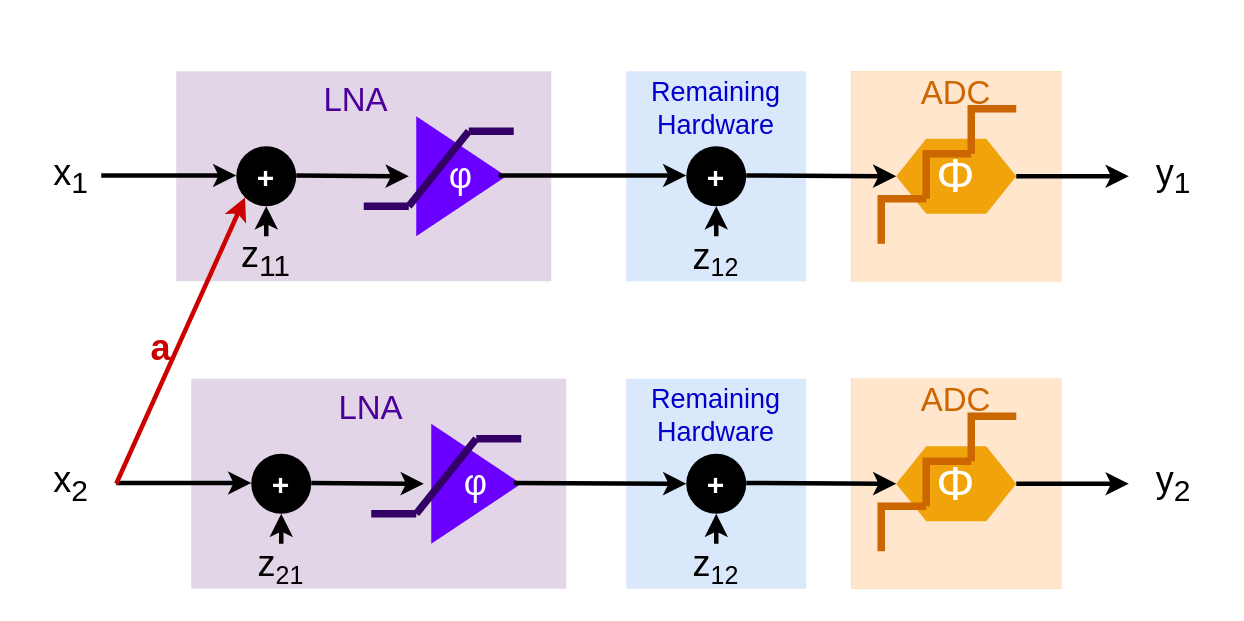
Before: Diagrams/Hardware.drawio in OzleemYildiz/Nonlinear-Channel-Capacity, a draw.io diagram. Source tidied: cells renumbered, new cells numbered last; positions are measured from the earlier drawing's top-left corner, leaving out a move shared by most shapes. Both pictures are drawn from the tidied source at 150%, with x=0, y=0 at pixel (26, 70).
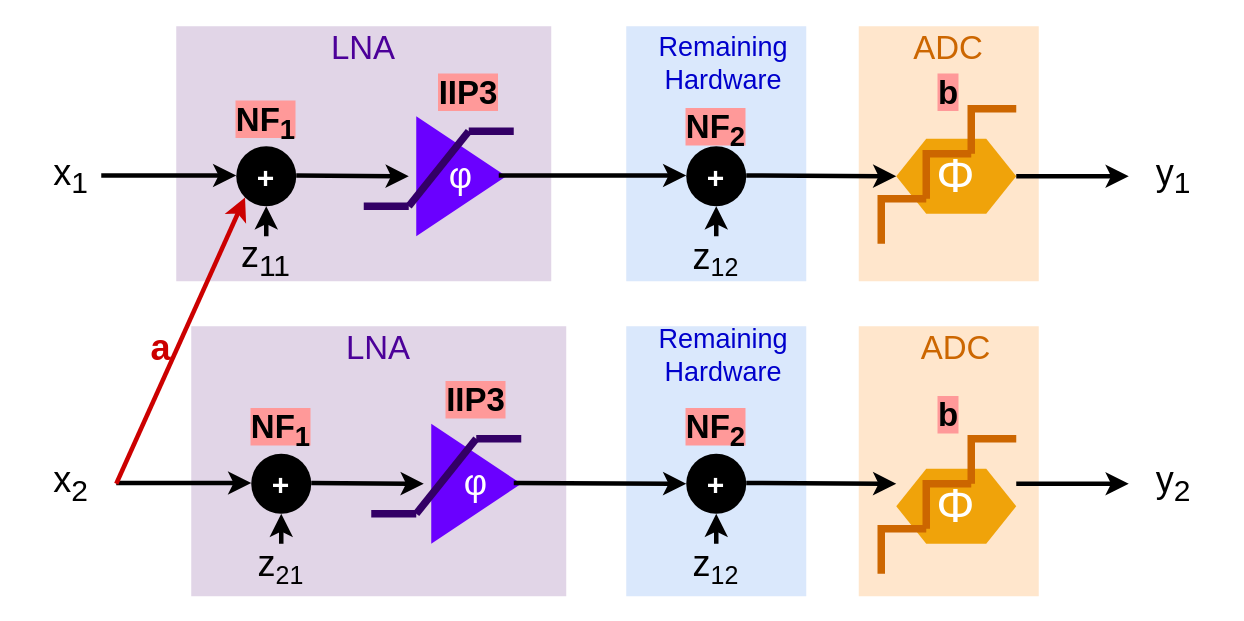
The same diagram, later.

Change to the diagram source:
```diff
@@
-    <mxCell id="2" style="whiteSpace=wrap;html=1;fillColor=#ffe6cc;strokeColor=#d79b00;strokeWidth=0;" parent="1" vertex="1">
-      <mxGeometry x="550" width="140" height="140" as="geometry" />
-    </mxCell>
-    <mxCell id="3" value="&lt;font style=&quot;font-size: 22px;&quot;&gt;&lt;font style=&quot;color: rgb(204, 102, 0);&quot;&gt;ADC&lt;/font&gt;&lt;br&gt;&lt;/font&gt;" style="text;html=1;align=center;verticalAlign=middle;whiteSpace=wrap;rounded=0;" parent="1" vertex="1">
-      <mxGeometry x="590" width="60" height="30" as="geometry" />
-    </mxCell>
-    <mxCell id="4" value="&lt;span style=&quot;font-family: &amp;quot;Google Sans&amp;quot;, Arial, sans-serif; font-size: 32px; text-align: left;&quot;&gt;&lt;font style=&quot;color: rgb(255, 255, 255);&quot;&gt;Φ&lt;/font&gt;&lt;/span&gt;" style="shape=hexagon;perimeter=hexagonPerimeter2;whiteSpace=wrap;html=1;fixedSize=1;fillColor=#f0a30a;fontColor=#000000;strokeColor=none;" parent="1" vertex="1">
-      <mxGeometry x="580" y="45" width="80" height="50" as="geometry" />
-    </mxCell>
-    <mxCell id="5" style="group;" parent="1" vertex="1">
-      <mxGeometry x="570" y="25" width="90" height="90" as="geometry" />
-    </mxCell>
-    <mxCell id="6" style="endArrow=none;html=1;rounded=0;strokeWidth=5;fillColor=#f0a30a;strokeColor=#CC6600;" parent="5" edge="1">
-      <mxGeometry relative="1" as="geometry">
-        <mxPoint y="90" as="sourcePoint" />
-        <mxPoint x="30" y="60" as="targetPoint" />
-        <Array as="points">
-          <mxPoint y="60" />
-        </Array>
-      </mxGeometry>
-    </mxCell>
-    <mxCell id="7" style="endArrow=none;html=1;rounded=0;strokeWidth=5;fillColor=#f0a30a;strokeColor=#CC6600;" parent="5" edge="1">
-      <mxGeometry relative="1" as="geometry">
-        <mxPoint x="30" y="60" as="sourcePoint" />
-        <mxPoint x="60" y="30" as="targetPoint" />
-        <Array as="points">
-          <mxPoint x="30" y="30" />
-        </Array>
-      </mxGeometry>
-    </mxCell>
-    <mxCell id="8" style="endArrow=none;html=1;rounded=0;strokeWidth=5;fillColor=#f0a30a;strokeColor=#CC6600;" parent="5" edge="1">
-      <mxGeometry relative="1" as="geometry">
-        <mxPoint x="60" y="30" as="sourcePoint" />
-        <mxPoint x="90" as="targetPoint" />
-        <Array as="points">
-          <mxPoint x="60" />
-        </Array>
-      </mxGeometry>
-    </mxCell>
+    <mxCell id="60" style="rounded=0;whiteSpace=wrap;html=1;fillColor=#ffe6cc;strokeColor=none;" parent="1" vertex="1">
+      <mxGeometry x="555" y="170" width="120" height="180" as="geometry" />
+    </mxCell>
+    <mxCell id="45" value="&lt;font style=&quot;font-size: 22px;&quot;&gt;&lt;font style=&quot;color: rgb(204, 102, 0);&quot;&gt;ADC&lt;/font&gt;&lt;br&gt;&lt;/font&gt;" style="text;html=1;align=center;verticalAlign=middle;whiteSpace=wrap;rounded=0;" parent="1" vertex="1">
+      <mxGeometry x="590" y="170" width="60" height="30" as="geometry" />
+    </mxCell>
+    <mxCell id="46" value="&lt;span style=&quot;font-family: &amp;quot;Google Sans&amp;quot;, Arial, sans-serif; font-size: 32px; text-align: left;&quot;&gt;&lt;font style=&quot;color: rgb(255, 255, 255);&quot;&gt;Φ&lt;/font&gt;&lt;/span&gt;" style="shape=hexagon;perimeter=hexagonPerimeter2;whiteSpace=wrap;html=1;fixedSize=1;fillColor=#f0a30a;fontColor=#000000;strokeColor=none;" parent="1" vertex="1">
+      <mxGeometry x="580" y="265" width="80" height="50" as="geometry" />
+    </mxCell>
+    <mxCell id="61" style="group;" parent="1" vertex="1">
+      <mxGeometry x="570" y="245" width="90" height="90" as="geometry" />
+    </mxCell>
+    <mxCell id="62" style="endArrow=none;html=1;rounded=0;strokeWidth=5;fillColor=#f0a30a;strokeColor=#CC6600;" parent="61" edge="1">
+      <mxGeometry relative="1" as="geometry">
+        <mxPoint y="90" as="sourcePoint" />
+        <mxPoint x="30" y="60" as="targetPoint" />
+        <Array as="points">
+          <mxPoint y="60" />
+        </Array>
+      </mxGeometry>
+    </mxCell>
+    <mxCell id="63" style="endArrow=none;html=1;rounded=0;strokeWidth=5;fillColor=#f0a30a;strokeColor=#CC6600;" parent="61" edge="1">
+      <mxGeometry relative="1" as="geometry">
+        <mxPoint x="30" y="60" as="sourcePoint" />
+        <mxPoint x="60" y="30" as="targetPoint" />
+        <Array as="points">
+          <mxPoint x="30" y="30" />
+        </Array>
+      </mxGeometry>
+    </mxCell>
+    <mxCell id="64" style="endArrow=none;html=1;rounded=0;strokeWidth=5;fillColor=#f0a30a;strokeColor=#CC6600;" parent="61" edge="1">
+      <mxGeometry relative="1" as="geometry">
+        <mxPoint x="60" y="30" as="sourcePoint" />
+        <mxPoint x="90" as="targetPoint" />
+        <Array as="points">
+          <mxPoint x="60" />
+        </Array>
+      </mxGeometry>
+    </mxCell>
+    <mxCell id="65" style="rounded=0;whiteSpace=wrap;html=1;fillColor=#ffe6cc;strokeColor=none;" parent="1" vertex="1">
+      <mxGeometry x="555" y="-30" width="120" height="170" as="geometry" />
+    </mxCell>
+    <mxCell id="66" style="rounded=0;whiteSpace=wrap;html=1;fillColor=#e1d5e7;strokeColor=none;" parent="1" vertex="1">
+      <mxGeometry x="110" y="170" width="250" height="180" as="geometry" />
+    </mxCell>
     <mxCell id="9" style="rounded=0;whiteSpace=wrap;html=1;fillColor=#e1d5e7;strokeColor=none;" parent="1" vertex="1">
-      <mxGeometry x="100" width="250" height="140" as="geometry" />
+      <mxGeometry x="100" y="-30" width="250" height="170" as="geometry" />
     </mxCell>
@@
     <mxCell id="11" value="&lt;font style=&quot;font-size: 22px; color: rgb(76, 0, 153);&quot;&gt;LNA&lt;/font&gt;" style="text;html=1;align=center;verticalAlign=middle;whiteSpace=wrap;rounded=0;" parent="1" vertex="1">
-      <mxGeometry x="190" y="5" width="60" height="30" as="geometry" />
+      <mxGeometry x="195" y="-30" width="60" height="30" as="geometry" />
     </mxCell>
@@
     <mxCell id="18" style="rounded=0;whiteSpace=wrap;html=1;fillColor=#dae8fc;strokeColor=none;" parent="1" vertex="1">
-      <mxGeometry x="400" width="120" height="140" as="geometry" />
+      <mxGeometry x="400" y="-30" width="120" height="170" as="geometry" />
     </mxCell>
@@
-    <mxCell id="23" style="endArrow=classic;html=1;rounded=0;strokeWidth=3;entryX=0;entryY=0.5;entryDx=0;entryDy=0;" parent="1" edge="1" target="4">
-      <mxGeometry relative="1" as="geometry">
-        <mxPoint x="480" y="69.5" as="sourcePoint" />
-      </mxGeometry>
-    </mxCell>
     <mxCell id="24" value="&lt;font style=&quot;color: rgb(0, 0, 204); font-size: 18px;&quot;&gt;Remaining Hardware&lt;/font&gt;" style="text;html=1;align=center;verticalAlign=middle;whiteSpace=wrap;rounded=0;" parent="1" vertex="1">
-      <mxGeometry x="445" y="10" width="30" height="30" as="geometry" />
+      <mxGeometry x="450" y="-20" width="30" height="30" as="geometry" />
     </mxCell>
-    <mxCell id="25" style="endArrow=classic;html=1;rounded=0;strokeWidth=3;exitX=1;exitY=0.5;exitDx=0;exitDy=0;" parent="1" edge="1" source="4">
-      <mxGeometry relative="1" as="geometry">
-        <mxPoint x="735" y="70" as="targetPoint" />
-      </mxGeometry>
-    </mxCell>
-    <mxCell id="26" style="rounded=0;whiteSpace=wrap;html=1;fillColor=#e1d5e7;strokeColor=none;" parent="1" vertex="1">
-      <mxGeometry x="110" y="205" width="250" height="140" as="geometry" />
-    </mxCell>
@@
     <mxCell id="28" value="&lt;font style=&quot;font-size: 22px; color: rgb(76, 0, 153);&quot;&gt;LNA&lt;/font&gt;" style="text;html=1;align=center;verticalAlign=middle;whiteSpace=wrap;rounded=0;" parent="1" vertex="1">
-      <mxGeometry x="200" y="210" width="60" height="30" as="geometry" />
+      <mxGeometry x="205" y="170" width="60" height="30" as="geometry" />
     </mxCell>
@@
-    <mxCell id="37" value="&lt;font style=&quot;font-size: 24px;&quot;&gt;y&lt;sub&gt;1&lt;/sub&gt;&lt;/font&gt;" style="text;html=1;align=center;verticalAlign=middle;whiteSpace=wrap;rounded=0;" parent="1" vertex="1">
-      <mxGeometry x="735" y="55" width="60" height="30" as="geometry" />
-    </mxCell>
@@
-    <mxCell id="44" style="whiteSpace=wrap;html=1;fillColor=#ffe6cc;strokeColor=#d79b00;strokeWidth=0;" parent="1" vertex="1">
-      <mxGeometry x="550" y="205" width="140" height="140" as="geometry" />
-    </mxCell>
-    <mxCell id="45" value="&lt;font style=&quot;font-size: 22px;&quot;&gt;&lt;font style=&quot;color: rgb(204, 102, 0);&quot;&gt;ADC&lt;/font&gt;&lt;br&gt;&lt;/font&gt;" style="text;html=1;align=center;verticalAlign=middle;whiteSpace=wrap;rounded=0;" parent="1" vertex="1">
-      <mxGeometry x="590" y="205" width="60" height="30" as="geometry" />
-    </mxCell>
-    <mxCell id="46" value="&lt;span style=&quot;font-family: &amp;quot;Google Sans&amp;quot;, Arial, sans-serif; font-size: 32px; text-align: left;&quot;&gt;&lt;font style=&quot;color: rgb(255, 255, 255);&quot;&gt;Φ&lt;/font&gt;&lt;/span&gt;" style="shape=hexagon;perimeter=hexagonPerimeter2;whiteSpace=wrap;html=1;fixedSize=1;fillColor=#f0a30a;fontColor=#000000;strokeColor=none;" parent="1" vertex="1">
-      <mxGeometry x="580" y="250" width="80" height="50" as="geometry" />
-    </mxCell>
-    <mxCell id="47" style="group;" parent="1" vertex="1">
-      <mxGeometry x="570" y="230" width="90" height="90" as="geometry" />
-    </mxCell>
-    <mxCell id="48" style="endArrow=none;html=1;rounded=0;strokeWidth=5;fillColor=#f0a30a;strokeColor=#CC6600;" parent="47" edge="1">
-      <mxGeometry relative="1" as="geometry">
-        <mxPoint y="90" as="sourcePoint" />
-        <mxPoint x="30" y="60" as="targetPoint" />
-        <Array as="points">
-          <mxPoint y="60" />
-        </Array>
-      </mxGeometry>
-    </mxCell>
-    <mxCell id="49" style="endArrow=none;html=1;rounded=0;strokeWidth=5;fillColor=#f0a30a;strokeColor=#CC6600;" parent="47" edge="1">
-      <mxGeometry relative="1" as="geometry">
-        <mxPoint x="30" y="60" as="sourcePoint" />
-        <mxPoint x="60" y="30" as="targetPoint" />
-        <Array as="points">
-          <mxPoint x="30" y="30" />
-        </Array>
-      </mxGeometry>
-    </mxCell>
-    <mxCell id="50" style="endArrow=none;html=1;rounded=0;strokeWidth=5;fillColor=#f0a30a;strokeColor=#CC6600;" parent="47" edge="1">
-      <mxGeometry relative="1" as="geometry">
-        <mxPoint x="60" y="30" as="sourcePoint" />
-        <mxPoint x="90" as="targetPoint" />
-        <Array as="points">
-          <mxPoint x="60" />
-        </Array>
-      </mxGeometry>
-    </mxCell>
     <mxCell id="51" style="rounded=0;whiteSpace=wrap;html=1;fillColor=#dae8fc;strokeColor=none;" parent="1" vertex="1">
-      <mxGeometry x="400" y="205" width="120" height="140" as="geometry" />
+      <mxGeometry x="400" y="170" width="120" height="180" as="geometry" />
     </mxCell>
@@
-    <mxCell id="55" style="endArrow=classic;html=1;rounded=0;strokeWidth=3;entryX=0;entryY=0.5;entryDx=0;entryDy=0;" parent="1" edge="1" target="46">
+    <mxCell id="55" style="endArrow=classic;html=1;rounded=0;strokeWidth=3;entryX=0;entryY=0.5;entryDx=0;entryDy=0;" parent="1" edge="1">
       <mxGeometry relative="1" as="geometry">
         <mxPoint x="480" y="274.5" as="sourcePoint" />
+        <mxPoint x="580" y="275" as="targetPoint" />
       </mxGeometry>
     </mxCell>
     <mxCell id="56" value="&lt;font style=&quot;color: rgb(0, 0, 204); font-size: 18px;&quot;&gt;Remaining Hardware&lt;/font&gt;" style="text;html=1;align=center;verticalAlign=middle;whiteSpace=wrap;rounded=0;" parent="1" vertex="1">
-      <mxGeometry x="445" y="215" width="30" height="30" as="geometry" />
+      <mxGeometry x="450" y="175" width="30" height="30" as="geometry" />
     </mxCell>
-    <mxCell id="57" style="endArrow=classic;html=1;rounded=0;strokeWidth=3;exitX=1;exitY=0.5;exitDx=0;exitDy=0;" parent="1" edge="1" source="46">
+    <mxCell id="57" style="endArrow=classic;html=1;rounded=0;strokeWidth=3;exitX=1;exitY=0.5;exitDx=0;exitDy=0;" parent="1" edge="1">
       <mxGeometry relative="1" as="geometry">
+        <mxPoint x="660" y="275" as="sourcePoint" />
         <mxPoint x="735" y="275" as="targetPoint" />
       </mxGeometry>
     </mxCell>
@@
+    <mxCell id="67" value="&lt;b&gt;&lt;font style=&quot;font-size: 22px; background-color: rgb(255, 153, 153);&quot;&gt;NF&lt;sub style=&quot;&quot;&gt;1&lt;/sub&gt;&lt;/font&gt;&lt;/b&gt;" style="text;html=1;align=center;verticalAlign=middle;whiteSpace=wrap;rounded=0;" parent="1" vertex="1">
+      <mxGeometry x="130" y="20" width="60" height="30" as="geometry" />
+    </mxCell>
+    <mxCell id="68" value="&lt;b&gt;&lt;font style=&quot;font-size: 22px; background-color: rgb(255, 153, 153);&quot;&gt;NF&lt;sub style=&quot;&quot;&gt;1&lt;/sub&gt;&lt;/font&gt;&lt;/b&gt;" style="text;html=1;align=center;verticalAlign=middle;whiteSpace=wrap;rounded=0;" parent="1" vertex="1">
+      <mxGeometry x="140" y="225" width="60" height="30" as="geometry" />
+    </mxCell>
+    <mxCell id="69" value="&lt;b&gt;&lt;font style=&quot;font-size: 22px; background-color: rgb(255, 153, 153);&quot;&gt;NF&lt;sub style=&quot;&quot;&gt;2&lt;/sub&gt;&lt;/font&gt;&lt;/b&gt;" style="text;html=1;align=center;verticalAlign=middle;whiteSpace=wrap;rounded=0;" parent="1" vertex="1">
+      <mxGeometry x="430" y="25" width="60" height="30" as="geometry" />
+    </mxCell>
+    <mxCell id="70" value="&lt;span style=&quot;font-size: 22px; background-color: rgb(255, 153, 153);&quot;&gt;&lt;b&gt;IIP3&lt;/b&gt;&lt;/span&gt;" style="text;html=1;align=center;verticalAlign=middle;whiteSpace=wrap;rounded=0;" parent="1" vertex="1">
+      <mxGeometry x="265" width="60" height="30" as="geometry" />
+    </mxCell>
+    <mxCell id="71" value="&lt;span style=&quot;font-size: 22px; background-color: rgb(255, 153, 153);&quot;&gt;&lt;b&gt;IIP3&lt;/b&gt;&lt;/span&gt;" style="text;html=1;align=center;verticalAlign=middle;whiteSpace=wrap;rounded=0;" parent="1" vertex="1">
+      <mxGeometry x="270" y="205" width="60" height="30" as="geometry" />
+    </mxCell>
+    <mxCell id="72" value="&lt;b&gt;&lt;font style=&quot;font-size: 22px; background-color: rgb(255, 153, 153);&quot;&gt;NF&lt;sub style=&quot;&quot;&gt;2&lt;/sub&gt;&lt;/font&gt;&lt;/b&gt;" style="text;html=1;align=center;verticalAlign=middle;whiteSpace=wrap;rounded=0;" parent="1" vertex="1">
+      <mxGeometry x="430" y="225" width="60" height="30" as="geometry" />
+    </mxCell>
+    <mxCell id="3" value="&lt;font style=&quot;font-size: 22px;&quot;&gt;&lt;font style=&quot;color: rgb(204, 102, 0);&quot;&gt;ADC&lt;/font&gt;&lt;br&gt;&lt;/font&gt;" style="text;html=1;align=center;verticalAlign=middle;whiteSpace=wrap;rounded=0;" parent="1" vertex="1">
+      <mxGeometry x="585" y="-30" width="60" height="30" as="geometry" />
+    </mxCell>
+    <mxCell id="4" value="&lt;span style=&quot;font-family: &amp;quot;Google Sans&amp;quot;, Arial, sans-serif; font-size: 32px; text-align: left;&quot;&gt;&lt;font style=&quot;color: rgb(255, 255, 255);&quot;&gt;Φ&lt;/font&gt;&lt;/span&gt;" style="shape=hexagon;perimeter=hexagonPerimeter2;whiteSpace=wrap;html=1;fixedSize=1;fillColor=#f0a30a;fontColor=#000000;strokeColor=none;" parent="1" vertex="1">
+      <mxGeometry x="580" y="45" width="80" height="50" as="geometry" />
+    </mxCell>
+    <mxCell id="5" style="group;" parent="1" vertex="1">
+      <mxGeometry x="570" y="25" width="90" height="90" as="geometry" />
+    </mxCell>
+    <mxCell id="6" style="endArrow=none;html=1;rounded=0;strokeWidth=5;fillColor=#f0a30a;strokeColor=#CC6600;" parent="5" edge="1">
+      <mxGeometry relative="1" as="geometry">
+        <mxPoint y="90" as="sourcePoint" />
+        <mxPoint x="30" y="60" as="targetPoint" />
+        <Array as="points">
+          <mxPoint y="60" />
+        </Array>
+      </mxGeometry>
+    </mxCell>
+    <mxCell id="7" style="endArrow=none;html=1;rounded=0;strokeWidth=5;fillColor=#f0a30a;strokeColor=#CC6600;" parent="5" edge="1">
+      <mxGeometry relative="1" as="geometry">
+        <mxPoint x="30" y="60" as="sourcePoint" />
+        <mxPoint x="60" y="30" as="targetPoint" />
+        <Array as="points">
+          <mxPoint x="30" y="30" />
+        </Array>
+      </mxGeometry>
+    </mxCell>
+    <mxCell id="8" style="endArrow=none;html=1;rounded=0;strokeWidth=5;fillColor=#f0a30a;strokeColor=#CC6600;" parent="5" edge="1">
+      <mxGeometry relative="1" as="geometry">
+        <mxPoint x="60" y="30" as="sourcePoint" />
+        <mxPoint x="90" as="targetPoint" />
+        <Array as="points">
+          <mxPoint x="60" />
+        </Array>
+      </mxGeometry>
+    </mxCell>
+    <mxCell id="23" style="endArrow=classic;html=1;rounded=0;strokeWidth=3;entryX=0;entryY=0.5;entryDx=0;entryDy=0;" parent="1" edge="1" target="4">
+      <mxGeometry relative="1" as="geometry">
+        <mxPoint x="480" y="69.5" as="sourcePoint" />
+      </mxGeometry>
+    </mxCell>
+    <mxCell id="25" style="endArrow=classic;html=1;rounded=0;strokeWidth=3;exitX=1;exitY=0.5;exitDx=0;exitDy=0;" parent="1" edge="1" source="4">
+      <mxGeometry relative="1" as="geometry">
+        <mxPoint x="735" y="70" as="targetPoint" />
+      </mxGeometry>
+    </mxCell>
+    <mxCell id="37" value="&lt;font style=&quot;font-size: 24px;&quot;&gt;y&lt;sub&gt;1&lt;/sub&gt;&lt;/font&gt;" style="text;html=1;align=center;verticalAlign=middle;whiteSpace=wrap;rounded=0;" parent="1" vertex="1">
+      <mxGeometry x="735" y="55" width="60" height="30" as="geometry" />
+    </mxCell>
+    <mxCell id="73" value="&lt;span style=&quot;font-size: 22px; background-color: rgb(255, 153, 153);&quot;&gt;&lt;b&gt;b&lt;/b&gt;&lt;/span&gt;" style="text;html=1;align=center;verticalAlign=middle;whiteSpace=wrap;rounded=0;" parent="1" vertex="1">
+      <mxGeometry x="585" y="215" width="60" height="30" as="geometry" />
+    </mxCell>
+    <mxCell id="74" value="&lt;span style=&quot;font-size: 22px; background-color: rgb(255, 153, 153);&quot;&gt;&lt;b&gt;b&lt;/b&gt;&lt;/span&gt;" style="text;html=1;align=center;verticalAlign=middle;whiteSpace=wrap;rounded=0;" parent="1" vertex="1">
+      <mxGeometry x="585" width="60" height="30" as="geometry" />
+    </mxCell>
```
